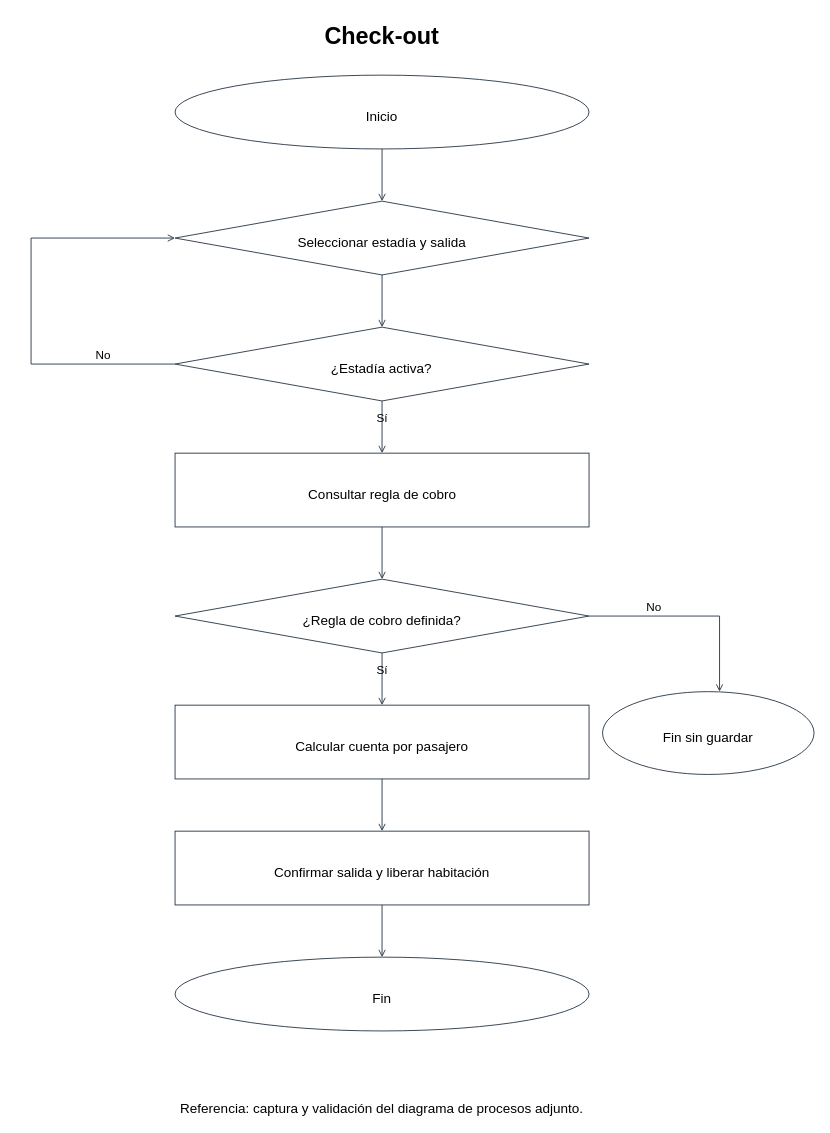
Earlier version of the draw.io diagram diagramas-editables/flujo-check-out.drawio (Yutre3/hotel-duerme-bien). Source tidied: cells renumbered, new cells numbered last; positions are measured from the earlier drawing's top-left corner, leaving out a move shared by most shapes. Both pictures are drawn from the tidied source at 90%, with x=0, y=0 at pixel (31, 16).
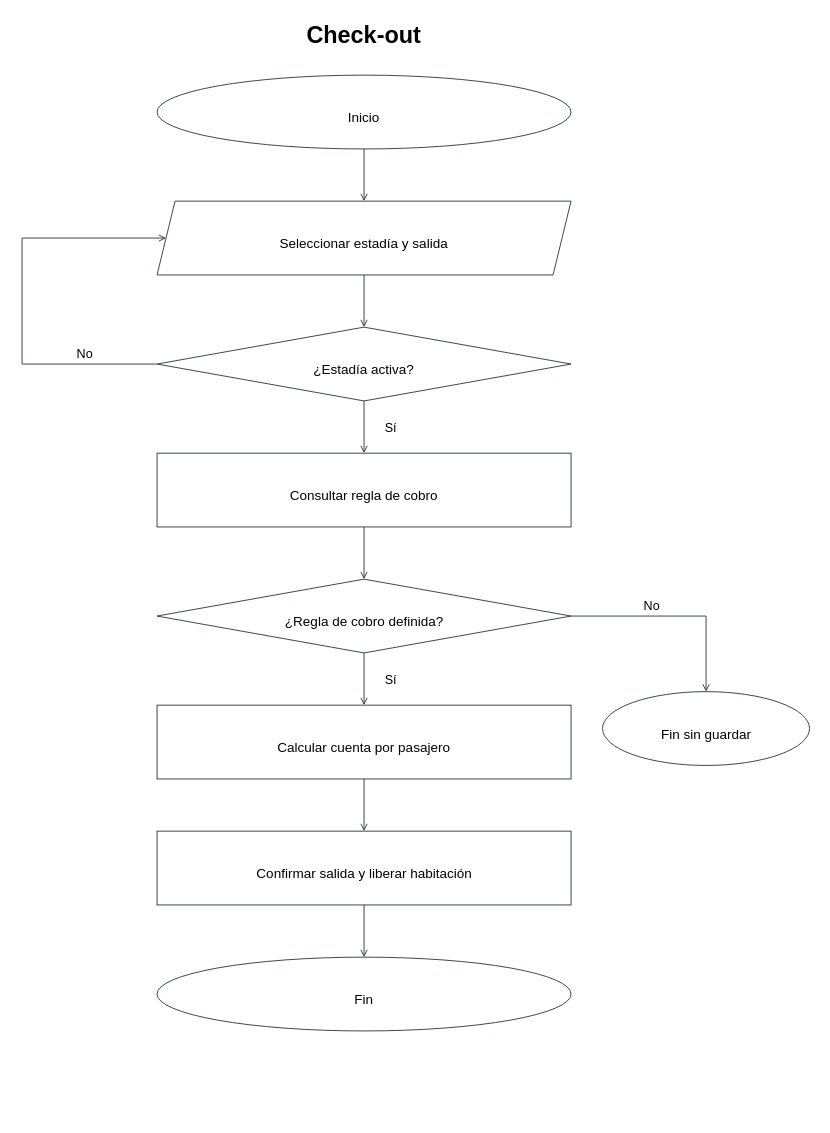
The same page after the edit.

Change to the diagram source:
```diff
@@
+    <mxCell id="38" value="Check-out" style="text;html=0;whiteSpace=wrap;strokeColor=none;fillColor=none;align=center;fontSize=26.0;fontStyle=1;" parent="1" vertex="1">
+      <mxGeometry x="299.8" y="-1" width="140.4" height="36.4" as="geometry" />
+    </mxCell>
+    <mxCell id="39" style="html=0;strokeColor=#263545;fillColor=#ffffff;shape=ellipse;" parent="1" vertex="1">
+      <mxGeometry x="140" y="65" width="460" height="82" as="geometry" />
+    </mxCell>
+    <mxCell id="40" value="Inicio" style="text;html=0;whiteSpace=wrap;strokeColor=none;fillColor=none;align=center;fontSize=15.0;fontStyle=0;" parent="1" vertex="1">
+      <mxGeometry x="343" y="97" width="54" height="21" as="geometry" />
+    </mxCell>
+    <mxCell id="41" style="html=0;strokeColor=#263545;endArrow=open;" parent="1" edge="1">
+      <mxGeometry relative="1" as="geometry">
+        <mxPoint x="370" y="147" as="sourcePoint" />
+        <mxPoint x="370" y="205" as="targetPoint" />
+      </mxGeometry>
+    </mxCell>
+    <mxCell id="42" style="html=0;strokeColor=#263545;fillColor=#ffffff;shape=parallelogram;fixedSize=1;size=20;" parent="1" vertex="1">
+      <mxGeometry x="140" y="205" width="460" height="82" as="geometry" />
+    </mxCell>
+    <mxCell id="43" value="Seleccionar estadía y salida" style="text;html=0;whiteSpace=wrap;strokeColor=none;fillColor=none;align=center;fontSize=15.0;fontStyle=0;" parent="1" vertex="1">
+      <mxGeometry x="244" y="237" width="252" height="21" as="geometry" />
+    </mxCell>
-    <mxCell id="2" value="Check-out" style="text;html=0;whiteSpace=wrap;strokeColor=none;fillColor=none;align=center;fontSize=26.0;fontStyle=1;strokeColor=#263545;fillColor=#ffffff;strokeColor=none;fillColor=none;" parent="1" vertex="1">
-      <mxGeometry x="318.1" y="0.1" width="143.7" height="39" as="geometry" />
+    <mxCell id="2" style="html=0;strokeColor=#263545;endArrow=open;" parent="1" edge="1">
+      <mxGeometry relative="1" as="geometry">
+        <mxPoint x="370" y="287" as="sourcePoint" />
+        <mxPoint x="370" y="345" as="targetPoint" />
+      </mxGeometry>
     </mxCell>
-    <mxCell id="3" style="ellipse;whiteSpace=wrap;html=0;strokeColor=#263545;fillColor=#ffffff;" parent="1" vertex="1">
-      <mxGeometry x="160" y="65" width="460" height="82" as="geometry" />
+    <mxCell id="3" style="html=0;strokeColor=#263545;fillColor=#ffffff;shape=rhombus;" parent="1" vertex="1">
+      <mxGeometry x="140" y="345" width="460" height="82" as="geometry" />
     </mxCell>
-    <mxCell id="4" value="Inicio" style="text;html=0;whiteSpace=wrap;strokeColor=none;fillColor=none;align=center;fontSize=15.0;fontStyle=0;strokeColor=#263545;fillColor=#ffffff;strokeColor=none;fillColor=none;" parent="1" vertex="1">
-      <mxGeometry x="359.9" y="94.8" width="60.2" height="22.5" as="geometry" />
+    <mxCell id="4" value="¿Estadía activa?" style="text;html=0;whiteSpace=wrap;strokeColor=none;fillColor=none;align=center;fontSize=15.0;fontStyle=0;" parent="1" vertex="1">
+      <mxGeometry x="298" y="377" width="144" height="21" as="geometry" />
     </mxCell>
-    <mxCell id="5" style="endArrow=open;html=0;strokeColor=#263545;" parent="1" edge="1">
+    <mxCell id="5" style="html=0;strokeColor=#263545;endArrow=open;" parent="1" edge="1">
       <mxGeometry relative="1" as="geometry">
-        <mxPoint x="390" y="147" as="sourcePoint" />
-        <mxPoint x="390" y="205" as="targetPoint" />
+        <mxPoint x="370" y="427" as="sourcePoint" />
+        <mxPoint x="370" y="485" as="targetPoint" />
       </mxGeometry>
     </mxCell>
-    <mxCell id="6" style="rhombus;strokeColor=#263545;fillColor=#ffffff;" parent="1" vertex="1">
-      <mxGeometry x="160" y="205" width="460" height="82" as="geometry" />
+    <mxCell id="6" value="Sí" style="text;html=0;whiteSpace=wrap;strokeColor=none;fillColor=none;align=center;fontSize=14.0;fontStyle=0;" parent="1" vertex="1">
+      <mxGeometry x="380" y="442" width="40" height="19.6" as="geometry" />
     </mxCell>
-    <mxCell id="7" value="Seleccionar estadía y salida" style="text;html=0;whiteSpace=wrap;strokeColor=none;fillColor=none;align=center;fontSize=15.0;fontStyle=0;strokeColor=#263545;fillColor=#ffffff;strokeColor=none;fillColor=none;" parent="1" vertex="1">
-      <mxGeometry x="264.2" y="234.8" width="251.6" height="22.5" as="geometry" />
+    <mxCell id="7" style="html=0;strokeColor=#263545;fillColor=#ffffff;shape=rectangle;" parent="1" vertex="1">
+      <mxGeometry x="140" y="485" width="460" height="82" as="geometry" />
     </mxCell>
-    <mxCell id="8" style="endArrow=open;html=0;strokeColor=#263545;" parent="1" edge="1">
-      <mxGeometry relative="1" as="geometry">
-        <mxPoint x="390" y="287" as="sourcePoint" />
-        <mxPoint x="390" y="345" as="targetPoint" />
-      </mxGeometry>
+    <mxCell id="8" value="Consultar regla de cobro" style="text;html=0;whiteSpace=wrap;strokeColor=none;fillColor=none;align=center;fontSize=15.0;fontStyle=0;" parent="1" vertex="1">
+      <mxGeometry x="262" y="517" width="216" height="21" as="geometry" />
     </mxCell>
-    <mxCell id="9" style="rhombus;strokeColor=#263545;fillColor=#ffffff;" parent="1" vertex="1">
-      <mxGeometry x="160" y="345" width="460" height="82" as="geometry" />
+    <mxCell id="9" style="html=0;strokeColor=#263545;endArrow=open;" parent="1" edge="1">
+      <mxGeometry relative="1" as="geometry">
+        <mxPoint x="370" y="567" as="sourcePoint" />
+        <mxPoint x="370" y="625" as="targetPoint" />
+      </mxGeometry>
     </mxCell>
-    <mxCell id="10" value="¿Estadía activa?" style="text;html=0;whiteSpace=wrap;strokeColor=none;fillColor=none;align=center;fontSize=15.0;fontStyle=0;strokeColor=#263545;fillColor=#ffffff;strokeColor=none;fillColor=none;" parent="1" vertex="1">
-      <mxGeometry x="316.4" y="374.8" width="147.2" height="22.5" as="geometry" />
+    <mxCell id="10" style="html=0;strokeColor=#263545;fillColor=#ffffff;shape=rhombus;" parent="1" vertex="1">
+      <mxGeometry x="140" y="625" width="460" height="82" as="geometry" />
     </mxCell>
-    <mxCell id="11" style="endArrow=open;html=0;strokeColor=#263545;" parent="1" edge="1">
-      <mxGeometry relative="1" as="geometry">
-        <mxPoint x="390" y="427" as="sourcePoint" />
-        <mxPoint x="390" y="485" as="targetPoint" />
-      </mxGeometry>
+    <mxCell id="11" value="¿Regla de cobro definida?" style="text;html=0;whiteSpace=wrap;strokeColor=none;fillColor=none;align=center;fontSize=15.0;fontStyle=0;" parent="1" vertex="1">
+      <mxGeometry x="257.5" y="657" width="225" height="21" as="geometry" />
     </mxCell>
-    <mxCell id="12" value="Sí" style="text;html=0;whiteSpace=wrap;strokeColor=none;fillColor=none;align=center;fontSize=13.0;fontStyle=0;strokeColor=#263545;fillColor=#ffffff;strokeColor=none;fillColor=none;" parent="1" vertex="1">
-      <mxGeometry x="378.5" y="432.1" width="23.1" height="19.5" as="geometry" />
+    <mxCell id="12" style="html=0;strokeColor=#263545;endArrow=open;" parent="1" edge="1">
+      <mxGeometry relative="1" as="geometry">
+        <mxPoint x="370" y="707" as="sourcePoint" />
+        <mxPoint x="370" y="765" as="targetPoint" />
+      </mxGeometry>
     </mxCell>
-    <mxCell id="13" style="whiteSpace=wrap;html=0;strokeColor=#263545;fillColor=#ffffff;" parent="1" vertex="1">
-      <mxGeometry x="160" y="485" width="460" height="82" as="geometry" />
+    <mxCell id="13" value="Sí" style="text;html=0;whiteSpace=wrap;strokeColor=none;fillColor=none;align=center;fontSize=14.0;fontStyle=0;" parent="1" vertex="1">
+      <mxGeometry x="380" y="722" width="40" height="19.6" as="geometry" />
     </mxCell>
-    <mxCell id="14" value="Consultar regla de cobro" style="text;html=0;whiteSpace=wrap;strokeColor=none;fillColor=none;align=center;fontSize=15.0;fontStyle=0;strokeColor=#263545;fillColor=#ffffff;strokeColor=none;fillColor=none;" parent="1" vertex="1">
-      <mxGeometry x="281.6" y="514.8" width="216.8" height="22.5" as="geometry" />
+    <mxCell id="14" style="html=0;strokeColor=#263545;fillColor=#ffffff;shape=rectangle;" parent="1" vertex="1">
+      <mxGeometry x="140" y="765" width="460" height="82" as="geometry" />
     </mxCell>
-    <mxCell id="15" style="endArrow=open;html=0;strokeColor=#263545;" parent="1" edge="1">
-      <mxGeometry relative="1" as="geometry">
-        <mxPoint x="390" y="567" as="sourcePoint" />
-        <mxPoint x="390" y="625" as="targetPoint" />
-      </mxGeometry>
+    <mxCell id="15" value="Calcular cuenta por pasajero" style="text;html=0;whiteSpace=wrap;strokeColor=none;fillColor=none;align=center;fontSize=15.0;fontStyle=0;" parent="1" vertex="1">
+      <mxGeometry x="244" y="797" width="252" height="21" as="geometry" />
     </mxCell>
-    <mxCell id="16" style="rhombus;strokeColor=#263545;fillColor=#ffffff;" parent="1" vertex="1">
-      <mxGeometry x="160" y="625" width="460" height="82" as="geometry" />
+    <mxCell id="16" style="html=0;strokeColor=#263545;endArrow=open;" parent="1" edge="1">
+      <mxGeometry relative="1" as="geometry">
+        <mxPoint x="370" y="847" as="sourcePoint" />
+        <mxPoint x="370" y="905" as="targetPoint" />
+      </mxGeometry>
     </mxCell>
-    <mxCell id="17" value="¿Regla de cobro definida?" style="text;html=0;whiteSpace=wrap;strokeColor=none;fillColor=none;align=center;fontSize=15.0;fontStyle=0;strokeColor=#263545;fillColor=#ffffff;strokeColor=none;fillColor=none;" parent="1" vertex="1">
-      <mxGeometry x="277.2" y="654.8" width="225.5" height="22.5" as="geometry" />
+    <mxCell id="17" style="html=0;strokeColor=#263545;fillColor=#ffffff;shape=rectangle;" parent="1" vertex="1">
+      <mxGeometry x="140" y="905" width="460" height="82" as="geometry" />
     </mxCell>
-    <mxCell id="18" style="endArrow=open;html=0;strokeColor=#263545;" parent="1" edge="1">
-      <mxGeometry relative="1" as="geometry">
-        <mxPoint x="390" y="707" as="sourcePoint" />
-        <mxPoint x="390" y="765" as="targetPoint" />
-      </mxGeometry>
+    <mxCell id="18" value="Confirmar salida y liberar habitación" style="text;html=0;whiteSpace=wrap;strokeColor=none;fillColor=none;align=center;fontSize=15.0;fontStyle=0;" parent="1" vertex="1">
+      <mxGeometry x="203.5" y="937" width="333" height="21" as="geometry" />
     </mxCell>
-    <mxCell id="19" value="Sí" style="text;html=0;whiteSpace=wrap;strokeColor=none;fillColor=none;align=center;fontSize=13.0;fontStyle=0;strokeColor=#263545;fillColor=#ffffff;strokeColor=none;fillColor=none;" parent="1" vertex="1">
-      <mxGeometry x="378.5" y="712" width="23.1" height="19.5" as="geometry" />
+    <mxCell id="19" style="html=0;strokeColor=#263545;endArrow=open;" parent="1" edge="1">
+      <mxGeometry relative="1" as="geometry">
+        <mxPoint x="370" y="987" as="sourcePoint" />
+        <mxPoint x="370" y="1045" as="targetPoint" />
+      </mxGeometry>
     </mxCell>
-    <mxCell id="20" style="whiteSpace=wrap;html=0;strokeColor=#263545;fillColor=#ffffff;" parent="1" vertex="1">
-      <mxGeometry x="160" y="765" width="460" height="82" as="geometry" />
+    <mxCell id="20" style="html=0;strokeColor=#263545;fillColor=#ffffff;shape=ellipse;" parent="1" vertex="1">
+      <mxGeometry x="140" y="1045" width="460" height="82" as="geometry" />
     </mxCell>
-    <mxCell id="21" value="Calcular cuenta por pasajero" style="text;html=0;whiteSpace=wrap;strokeColor=none;fillColor=none;align=center;fontSize=15.0;fontStyle=0;strokeColor=#263545;fillColor=#ffffff;strokeColor=none;fillColor=none;" parent="1" vertex="1">
-      <mxGeometry x="264.2" y="794.8" width="251.6" height="22.5" as="geometry" />
+    <mxCell id="21" value="Fin" style="text;html=0;whiteSpace=wrap;strokeColor=none;fillColor=none;align=center;fontSize=15.0;fontStyle=0;" parent="1" vertex="1">
+      <mxGeometry x="350" y="1077" width="40" height="21" as="geometry" />
     </mxCell>
-    <mxCell id="22" style="endArrow=open;html=0;strokeColor=#263545;" parent="1" edge="1">
+    <mxCell id="22" style="html=0;strokeColor=#263545;endArrow=none;" parent="1" edge="1">
       <mxGeometry relative="1" as="geometry">
-        <mxPoint x="390" y="847" as="sourcePoint" />
-        <mxPoint x="390" y="905" as="targetPoint" />
+        <mxPoint x="140" y="386" as="sourcePoint" />
+        <mxPoint x="-10" y="386" as="targetPoint" />
       </mxGeometry>
     </mxCell>
-    <mxCell id="23" style="whiteSpace=wrap;html=0;strokeColor=#263545;fillColor=#ffffff;" parent="1" vertex="1">
-      <mxGeometry x="160" y="905" width="460" height="82" as="geometry" />
+    <mxCell id="23" style="html=0;strokeColor=#263545;endArrow=none;" parent="1" edge="1">
+      <mxGeometry relative="1" as="geometry">
+        <mxPoint x="-10" y="386" as="sourcePoint" />
+        <mxPoint x="-10" y="246" as="targetPoint" />
+      </mxGeometry>
     </mxCell>
-    <mxCell id="24" value="Confirmar salida y liberar habitación" style="text;html=0;whiteSpace=wrap;strokeColor=none;fillColor=none;align=center;fontSize=15.0;fontStyle=0;strokeColor=#263545;fillColor=#ffffff;strokeColor=none;fillColor=none;" parent="1" vertex="1">
-      <mxGeometry x="225.1" y="934.8" width="329.9" height="22.5" as="geometry" />
+    <mxCell id="24" style="html=0;strokeColor=#263545;endArrow=open;" parent="1" edge="1">
+      <mxGeometry relative="1" as="geometry">
+        <mxPoint x="-10" y="246" as="sourcePoint" />
+        <mxPoint x="150" y="246" as="targetPoint" />
+      </mxGeometry>
     </mxCell>
-    <mxCell id="25" style="endArrow=open;html=0;strokeColor=#263545;" parent="1" edge="1">
-      <mxGeometry relative="1" as="geometry">
-        <mxPoint x="390" y="987" as="sourcePoint" />
-        <mxPoint x="390" y="1045" as="targetPoint" />
-      </mxGeometry>
+    <mxCell id="25" value="No" style="text;html=0;whiteSpace=wrap;strokeColor=none;fillColor=none;align=center;fontSize=14.0;fontStyle=0;" parent="1" vertex="1">
+      <mxGeometry x="40" y="360" width="40" height="19.6" as="geometry" />
     </mxCell>
-    <mxCell id="26" style="ellipse;whiteSpace=wrap;html=0;strokeColor=#263545;fillColor=#ffffff;" parent="1" vertex="1">
-      <mxGeometry x="160" y="1045" width="460" height="82" as="geometry" />
+    <mxCell id="26" style="html=0;strokeColor=#263545;endArrow=none;" parent="1" edge="1">
+      <mxGeometry relative="1" as="geometry">
+        <mxPoint x="600" y="666" as="sourcePoint" />
+        <mxPoint x="750" y="666" as="targetPoint" />
+      </mxGeometry>
     </mxCell>
-    <mxCell id="27" value="Fin" style="text;html=0;whiteSpace=wrap;strokeColor=none;fillColor=none;align=center;fontSize=15.0;fontStyle=0;strokeColor=#263545;fillColor=#ffffff;strokeColor=none;fillColor=none;" parent="1" vertex="1">
-      <mxGeometry x="372.9" y="1074.8" width="34.1" height="22.5" as="geometry" />
+    <mxCell id="27" style="html=0;strokeColor=#263545;endArrow=open;" parent="1" edge="1">
+      <mxGeometry relative="1" as="geometry">
+        <mxPoint x="750" y="666" as="sourcePoint" />
+        <mxPoint x="750" y="750" as="targetPoint" />
+      </mxGeometry>
     </mxCell>
-    <mxCell id="28" style="endArrow=none;html=0;strokeColor=#263545;" parent="1" edge="1">
-      <mxGeometry relative="1" as="geometry">
-        <mxPoint x="160" y="386" as="sourcePoint" />
-        <mxPoint y="386" as="targetPoint" />
-      </mxGeometry>
+    <mxCell id="28" value="No" style="text;html=0;whiteSpace=wrap;strokeColor=none;fillColor=none;align=center;fontSize=14.0;fontStyle=0;" parent="1" vertex="1">
+      <mxGeometry x="670" y="640" width="40" height="19.6" as="geometry" />
     </mxCell>
-    <mxCell id="29" value="No" style="text;html=0;whiteSpace=wrap;strokeColor=none;fillColor=none;align=center;fontSize=13.0;fontStyle=0;strokeColor=#263545;fillColor=#ffffff;strokeColor=none;fillColor=none;" parent="1" vertex="1">
-      <mxGeometry x="68.5" y="362.1" width="23.1" height="19.5" as="geometry" />
+    <mxCell id="29" style="html=0;strokeColor=#263545;fillColor=#ffffff;shape=ellipse;" parent="1" vertex="1">
+      <mxGeometry x="635" y="750" width="230" height="82" as="geometry" />
     </mxCell>
-    <mxCell id="30" style="endArrow=none;html=0;strokeColor=#263545;" parent="1" edge="1">
-      <mxGeometry relative="1" as="geometry">
-        <mxPoint y="386" as="sourcePoint" />
-        <mxPoint y="246" as="targetPoint" />
-      </mxGeometry>
+    <mxCell id="30" value="Fin sin guardar" style="text;html=0;whiteSpace=wrap;strokeColor=none;fillColor=none;align=center;fontSize=15.0;fontStyle=0;" parent="1" vertex="1">
+      <mxGeometry x="682.5" y="782" width="135" height="21" as="geometry" />
     </mxCell>
-    <mxCell id="31" style="endArrow=open;html=0;strokeColor=#263545;" parent="1" edge="1">
-      <mxGeometry relative="1" as="geometry">
-        <mxPoint y="246" as="sourcePoint" />
-        <mxPoint x="160" y="246" as="targetPoint" />
-      </mxGeometry>
-    </mxCell>
-    <mxCell id="32" style="endArrow=none;html=0;strokeColor=#263545;" parent="1" edge="1">
-      <mxGeometry relative="1" as="geometry">
-        <mxPoint x="620" y="666" as="sourcePoint" />
-        <mxPoint x="765" y="666" as="targetPoint" />
-      </mxGeometry>
-    </mxCell>
-    <mxCell id="33" value="No" style="text;html=0;whiteSpace=wrap;strokeColor=none;fillColor=none;align=center;fontSize=13.0;fontStyle=0;strokeColor=#263545;fillColor=#ffffff;strokeColor=none;fillColor=none;" parent="1" vertex="1">
-      <mxGeometry x="681" y="642" width="23.1" height="19.5" as="geometry" />
-    </mxCell>
-    <mxCell id="34" style="ellipse;whiteSpace=wrap;html=0;strokeColor=#263545;fillColor=#ffffff;" parent="1" vertex="1">
-      <mxGeometry x="635" y="750" width="235" height="92" as="geometry" />
-    </mxCell>
-    <mxCell id="35" value="Fin sin guardar" style="text;html=0;whiteSpace=wrap;strokeColor=none;fillColor=none;align=center;fontSize=15.0;fontStyle=0;strokeColor=#263545;fillColor=#ffffff;strokeColor=none;fillColor=none;" parent="1" vertex="1">
-      <mxGeometry x="683.2" y="784.8" width="138.5" height="22.5" as="geometry" />
-    </mxCell>
-    <mxCell id="36" style="endArrow=open;html=0;strokeColor=#263545;" parent="1" edge="1">
-      <mxGeometry relative="1" as="geometry">
-        <mxPoint x="765" y="666" as="sourcePoint" />
-        <mxPoint x="765" y="750" as="targetPoint" />
-      </mxGeometry>
-    </mxCell>
-    <mxCell id="37" value="Referencia: captura y validación del diagrama de procesos adjunto." style="text;html=0;whiteSpace=wrap;strokeColor=none;fillColor=none;align=center;fontSize=15.0;fontStyle=0;strokeColor=#263545;fillColor=#ffffff;strokeColor=none;fillColor=none;" parent="1" vertex="1">
-      <mxGeometry x="98.9" y="1197.8" width="582.2" height="22.5" as="geometry" />
-    </mxCell>
```
